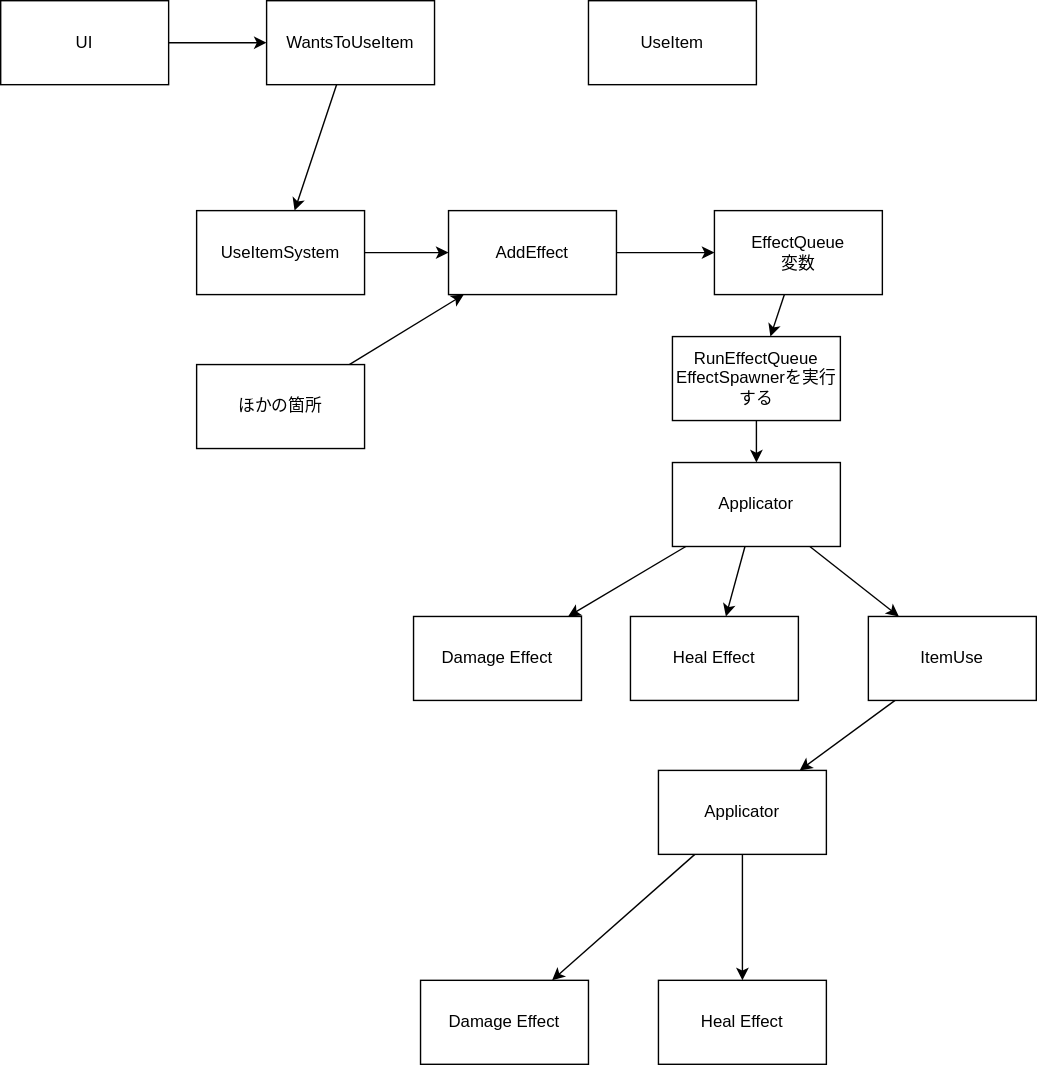
Above: docs/images/20231223item.drawio.svg in kijimaD/ruins (draw.io), before the change. Source tidied: cells renumbered, new cells last; positions are measured from the earlier drawing's top-left corner, leaving out a move shared by most shapes.
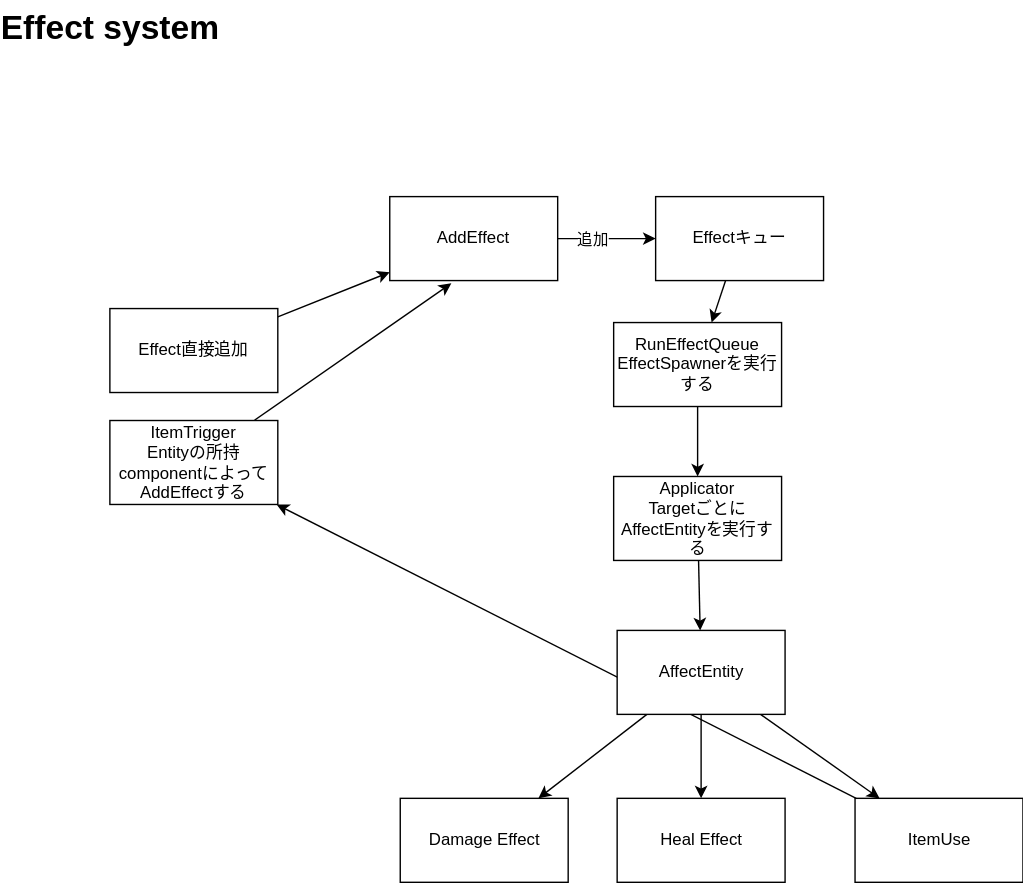
After the commit.

Diff of the diagram source:
```diff
@@ -2,89 +2,71 @@
   <root>
     <mxCell id="0" />
     <mxCell id="1" parent="0" />
-    <mxCell id="2" style="edgeStyle=none;html=1;" parent="1" edge="1" source="3" target="6">
-      <mxGeometry relative="1" as="geometry" />
-    </mxCell>
-    <mxCell id="3" value="WantsToUseItem" style="whiteSpace=wrap;html=1;" parent="1" vertex="1">
-      <mxGeometry x="190" width="120" height="60" as="geometry" />
-    </mxCell>
-    <mxCell id="4" value="UseItem" style="whiteSpace=wrap;html=1;" parent="1" vertex="1">
-      <mxGeometry x="420" width="120" height="60" as="geometry" />
-    </mxCell>
-    <mxCell id="5" style="edgeStyle=none;html=1;" parent="1" edge="1" source="6" target="8">
-      <mxGeometry relative="1" as="geometry" />
-    </mxCell>
-    <mxCell id="6" value="UseItemSystem" style="whiteSpace=wrap;html=1;" parent="1" vertex="1">
-      <mxGeometry x="140" y="150" width="120" height="60" as="geometry" />
-    </mxCell>
     <mxCell id="7" style="edgeStyle=none;html=1;" parent="1" edge="1" source="8" target="10">
       <mxGeometry relative="1" as="geometry" />
     </mxCell>
+    <mxCell id="30" value="追加" style="edgeLabel;html=1;align=center;verticalAlign=middle;" parent="7" vertex="1">
+      <mxGeometry x="-0.31" relative="1" as="geometry" />
+    </mxCell>
     <mxCell id="8" value="AddEffect" style="whiteSpace=wrap;html=1;" parent="1" vertex="1">
-      <mxGeometry x="320" y="150" width="120" height="60" as="geometry" />
+      <mxGeometry x="290" width="120" height="60" as="geometry" />
     </mxCell>
     <mxCell id="9" style="edgeStyle=none;html=1;" parent="1" edge="1" source="10" target="15">
       <mxGeometry relative="1" as="geometry" />
     </mxCell>
-    <mxCell id="10" value="EffectQueue&lt;br&gt;変数" style="whiteSpace=wrap;html=1;" parent="1" vertex="1">
-      <mxGeometry x="510" y="150" width="120" height="60" as="geometry" />
+    <mxCell id="10" value="Effectキュー" style="whiteSpace=wrap;html=1;" parent="1" vertex="1">
+      <mxGeometry x="480" width="120" height="60" as="geometry" />
     </mxCell>
-    <mxCell id="11" style="edgeStyle=none;html=1;" parent="1" edge="1" source="27" target="16">
+    <mxCell id="11" style="edgeStyle=none;html=1;" parent="1" edge="1" source="32" target="16">
       <mxGeometry relative="1" as="geometry" />
     </mxCell>
-    <mxCell id="12" style="edgeStyle=none;html=1;" parent="1" edge="1" source="27" target="17">
+    <mxCell id="12" style="edgeStyle=none;html=1;" parent="1" edge="1" source="32" target="17">
       <mxGeometry relative="1" as="geometry" />
     </mxCell>
-    <mxCell id="13" style="edgeStyle=none;html=1;" parent="1" edge="1" source="27" target="21">
+    <mxCell id="13" style="edgeStyle=none;html=1;" parent="1" edge="1" source="32" target="21">
       <mxGeometry relative="1" as="geometry" />
     </mxCell>
     <mxCell id="14" style="edgeStyle=none;html=1;" parent="1" edge="1" source="15" target="27">
       <mxGeometry relative="1" as="geometry" />
     </mxCell>
     <mxCell id="15" value="RunEffectQueue&lt;br&gt;EffectSpawnerを実行する" style="whiteSpace=wrap;html=1;" parent="1" vertex="1">
-      <mxGeometry x="480" y="240" width="120" height="60" as="geometry" />
+      <mxGeometry x="450" y="90" width="120" height="60" as="geometry" />
     </mxCell>
     <mxCell id="16" value="Damage Effect" style="whiteSpace=wrap;html=1;" parent="1" vertex="1">
-      <mxGeometry x="295" y="440" width="120" height="60" as="geometry" />
+      <mxGeometry x="297.5" y="430" width="120" height="60" as="geometry" />
     </mxCell>
     <mxCell id="17" value="Heal Effect" style="whiteSpace=wrap;html=1;" parent="1" vertex="1">
-      <mxGeometry x="450" y="440" width="120" height="60" as="geometry" />
+      <mxGeometry x="452.5" y="430" width="120" height="60" as="geometry" />
     </mxCell>
-    <mxCell id="18" style="edgeStyle=none;html=1;" parent="1" edge="1" source="19" target="3">
-      <mxGeometry relative="1" as="geometry" />
-    </mxCell>
-    <mxCell id="19" value="UI" style="whiteSpace=wrap;html=1;" parent="1" vertex="1">
-      <mxGeometry width="120" height="60" as="geometry" />
-    </mxCell>
-    <mxCell id="20" style="edgeStyle=none;html=1;" parent="1" edge="1" source="21" target="24">
+    <mxCell id="20" style="edgeStyle=none;html=1;" parent="1" edge="1" source="21" target="34">
       <mxGeometry relative="1" as="geometry" />
     </mxCell>
     <mxCell id="21" value="ItemUse" style="whiteSpace=wrap;html=1;" parent="1" vertex="1">
-      <mxGeometry x="620" y="440" width="120" height="60" as="geometry" />
+      <mxGeometry x="622.5" y="430" width="120" height="60" as="geometry" />
     </mxCell>
-    <mxCell id="22" style="edgeStyle=none;html=1;" parent="1" edge="1" source="24" target="25">
-      <mxGeometry relative="1" as="geometry" />
-    </mxCell>
-    <mxCell id="23" style="edgeStyle=none;html=1;" parent="1" edge="1" source="24" target="26">
-      <mxGeometry relative="1" as="geometry" />
-    </mxCell>
-    <mxCell id="24" value="Applicator" style="whiteSpace=wrap;html=1;" parent="1" vertex="1">
-      <mxGeometry x="470" y="550" width="120" height="60" as="geometry" />
-    </mxCell>
-    <mxCell id="25" value="Heal Effect" style="whiteSpace=wrap;html=1;" parent="1" vertex="1">
-      <mxGeometry x="470" y="700" width="120" height="60" as="geometry" />
-    </mxCell>
-    <mxCell id="26" value="Damage Effect" style="whiteSpace=wrap;html=1;" parent="1" vertex="1">
-      <mxGeometry x="300" y="700" width="120" height="60" as="geometry" />
-    </mxCell>
+    <mxCell id="31" style="edgeStyle=none;html=1;" parent="1" edge="1" source="27" target="32">
+      <mxGeometry relative="1" as="geometry" />
+    </mxCell>
-    <mxCell id="27" value="Applicator" style="whiteSpace=wrap;html=1;" parent="1" vertex="1">
-      <mxGeometry x="480" y="330" width="120" height="60" as="geometry" />
+    <mxCell id="27" value="Applicator&lt;br&gt;TargetごとにAffectEntityを実行する" style="whiteSpace=wrap;html=1;" parent="1" vertex="1">
+      <mxGeometry x="450" y="200" width="120" height="60" as="geometry" />
     </mxCell>
     <mxCell id="28" style="edgeStyle=none;html=1;" parent="1" edge="1" source="29" target="8">
       <mxGeometry relative="1" as="geometry" />
     </mxCell>
-    <mxCell id="29" value="ほかの箇所" style="whiteSpace=wrap;html=1;" parent="1" vertex="1">
-      <mxGeometry x="140" y="260" width="120" height="60" as="geometry" />
+    <mxCell id="29" value="Effect直接追加" style="whiteSpace=wrap;html=1;" parent="1" vertex="1">
+      <mxGeometry x="90" y="80" width="120" height="60" as="geometry" />
     </mxCell>
+    <mxCell id="32" value="AffectEntity" style="whiteSpace=wrap;html=1;" parent="1" vertex="1">
+      <mxGeometry x="452.5" y="310" width="120" height="60" as="geometry" />
+    </mxCell>
+    <mxCell id="33" style="edgeStyle=none;html=1;entryX=0.367;entryY=1.033;entryDx=0;entryDy=0;entryPerimeter=0;" parent="1" edge="1" source="34" target="8">
+      <mxGeometry relative="1" as="geometry" />
+    </mxCell>
+    <mxCell id="34" value="ItemTrigger&lt;br&gt;Entityの所持componentによってAddEffectする" style="whiteSpace=wrap;html=1;" parent="1" vertex="1">
+      <mxGeometry x="90" y="160" width="120" height="60" as="geometry" />
+    </mxCell>
+    <mxCell id="35" value="Effect system" style="text;strokeColor=none;fillColor=none;html=1;fontSize=24;fontStyle=1;verticalAlign=middle;align=center;" parent="1" vertex="1">
+      <mxGeometry x="40" y="-140" width="100" height="40" as="geometry" />
+    </mxCell>
   </root>
 </mxGraphModel>
```
